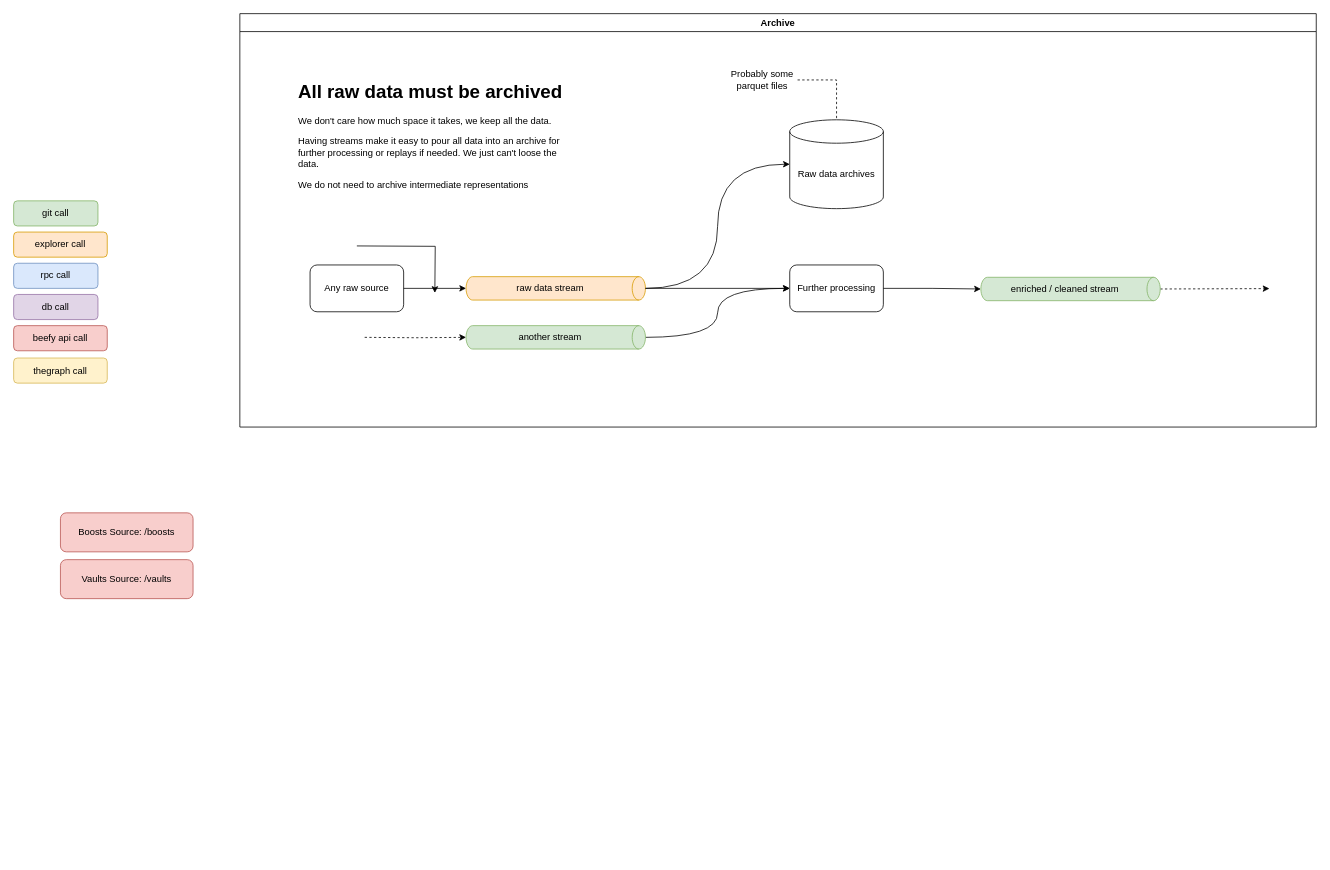
prevostc/beefy-bi keeps this draw.io diagram as documentation/databarn.drawio. Above is the earlier version. Source tidied: cells renumbered, new cells numbered last; positions are measured from the earlier drawing's top-left corner, leaving out a move shared by most shapes. Both pictures are drawn from the tidied source at 78%, with x=0, y=0 at pixel (13, 13).
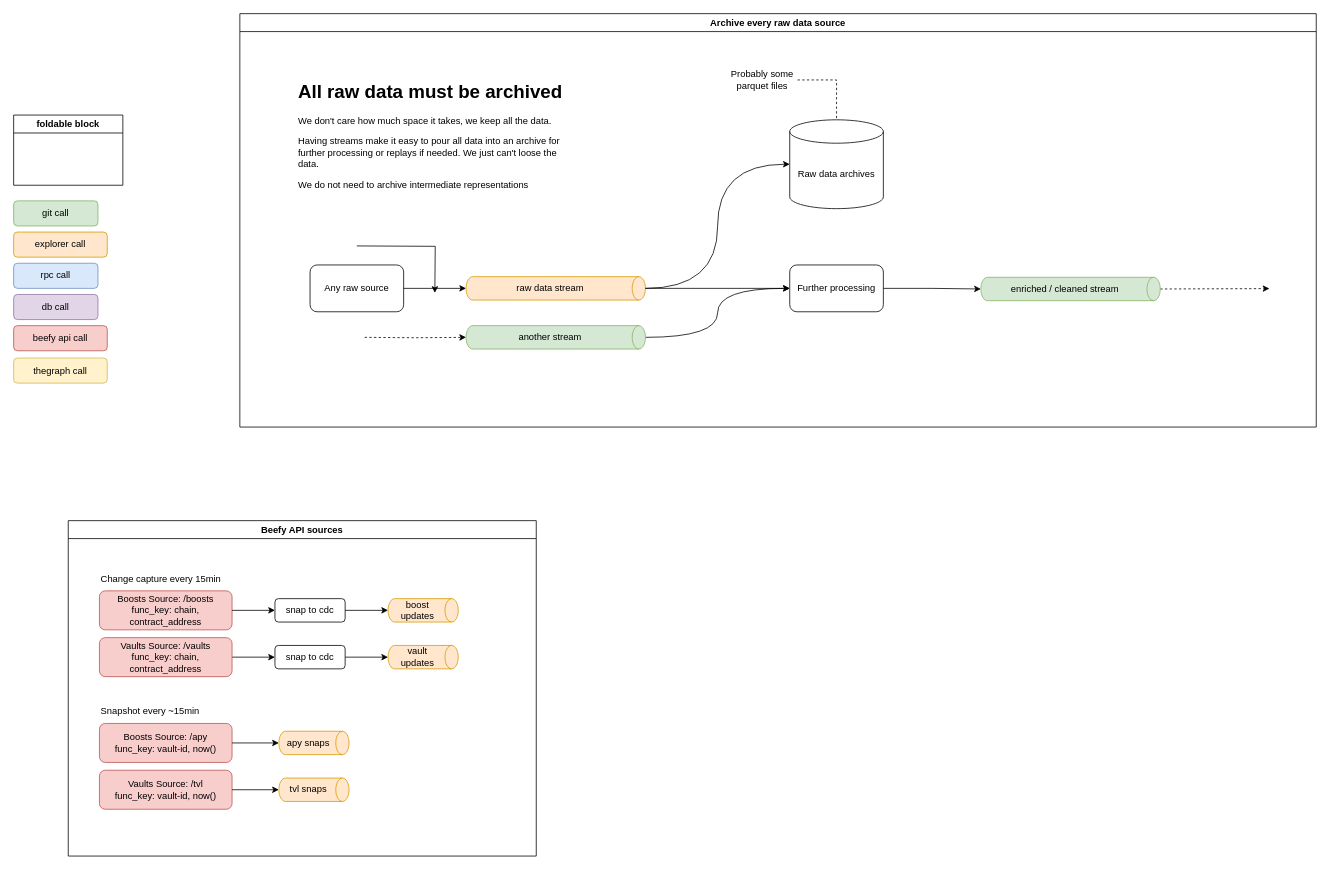
After the change.

What changed in the source:
```diff
@@
-    <mxCell id="8" value="Boosts Source:&amp;nbsp;/boosts" style="rounded=1;whiteSpace=wrap;html=1;fontSize=12;glass=0;strokeWidth=1;shadow=0;fillColor=#f8cecc;strokeColor=#b85450;" parent="1" vertex="1">
-      <mxGeometry x="60" y="640" width="170" height="50" as="geometry" />
-    </mxCell>
-    <mxCell id="9" value="Vaults Source:&amp;nbsp;/vaults" style="rounded=1;whiteSpace=wrap;html=1;fontSize=12;glass=0;strokeWidth=1;shadow=0;fillColor=#f8cecc;strokeColor=#b85450;" parent="1" vertex="1">
-      <mxGeometry x="60" y="700" width="170" height="50" as="geometry" />
-    </mxCell>
-    <mxCell id="10" value="Archive" style="swimlane;whiteSpace=wrap;html=1;" parent="1" vertex="1">
+    <mxCell id="10" value="Archive every raw data source" style="swimlane;whiteSpace=wrap;html=1;" parent="1" vertex="1">
       <mxGeometry x="290" width="1380" height="530" as="geometry" />
     </mxCell>
@@
+    <mxCell id="30" value="foldable block" style="swimlane;whiteSpace=wrap;html=1;" parent="1" vertex="1">
+      <mxGeometry y="130" width="140" height="90" as="geometry" />
+    </mxCell>
+    <mxCell id="31" style="edgeStyle=orthogonalEdgeStyle;rounded=0;orthogonalLoop=1;jettySize=auto;html=1;exitX=1;exitY=0.5;exitDx=0;exitDy=0;jumpStyle=arc;jumpSize=12;" parent="30" edge="1">
+      <mxGeometry relative="1" as="geometry">
+        <mxPoint x="310" y="298.3" as="sourcePoint" />
+      </mxGeometry>
+    </mxCell>
+    <mxCell id="32" style="edgeStyle=orthogonalEdgeStyle;rounded=0;orthogonalLoop=1;jettySize=auto;html=1;exitX=1;exitY=0.5;exitDx=0;exitDy=0;exitPerimeter=0;jumpStyle=arc;jumpSize=12;" parent="30" edge="1">
+      <mxGeometry relative="1" as="geometry">
+        <mxPoint x="470" y="298.3" as="sourcePoint" />
+      </mxGeometry>
+    </mxCell>
+    <mxCell id="33" value="Beefy API sources" style="swimlane;whiteSpace=wrap;html=1;" parent="1" vertex="1">
+      <mxGeometry x="70" y="650" width="600" height="430" as="geometry" />
+    </mxCell>
+    <mxCell id="34" style="edgeStyle=orthogonalEdgeStyle;rounded=0;orthogonalLoop=1;jettySize=auto;html=1;exitX=1;exitY=0.5;exitDx=0;exitDy=0;jumpStyle=arc;jumpSize=12;" parent="33" edge="1">
+      <mxGeometry relative="1" as="geometry">
+        <mxPoint x="310" y="298.3" as="sourcePoint" />
+      </mxGeometry>
+    </mxCell>
+    <mxCell id="35" style="edgeStyle=orthogonalEdgeStyle;rounded=0;orthogonalLoop=1;jettySize=auto;html=1;exitX=1;exitY=0.5;exitDx=0;exitDy=0;exitPerimeter=0;jumpStyle=arc;jumpSize=12;" parent="33" edge="1">
+      <mxGeometry relative="1" as="geometry">
+        <mxPoint x="470" y="298.3" as="sourcePoint" />
+      </mxGeometry>
+    </mxCell>
+    <mxCell id="8" value="Boosts Source:&amp;nbsp;/boosts&lt;br&gt;func_key: chain, contract_address" style="rounded=1;whiteSpace=wrap;html=1;fontSize=12;glass=0;strokeWidth=1;shadow=0;fillColor=#f8cecc;strokeColor=#b85450;" parent="33" vertex="1">
+      <mxGeometry x="40" y="90" width="170" height="50" as="geometry" />
+    </mxCell>
+    <mxCell id="36" style="edgeStyle=orthogonalEdgeStyle;rounded=0;jettySize=auto;html=1;exitX=1;exitY=0.5;exitDx=0;exitDy=0;" parent="33" edge="1" source="9" target="51">
+      <mxGeometry relative="1" as="geometry" />
+    </mxCell>
+    <mxCell id="9" value="Vaults Source:&amp;nbsp;/vaults&lt;br style=&quot;border-color: var(--border-color);&quot;&gt;func_key: chain, contract_address" style="rounded=1;whiteSpace=wrap;html=1;fontSize=12;glass=0;strokeWidth=1;shadow=0;fillColor=#f8cecc;strokeColor=#b85450;" parent="33" vertex="1">
+      <mxGeometry x="40" y="150" width="170" height="50" as="geometry" />
+    </mxCell>
+    <mxCell id="37" value="boost updates" style="shape=cylinder3;whiteSpace=wrap;html=1;boundedLbl=1;backgroundOutline=1;size=8.5;rotation=90;fillColor=#ffe6cc;horizontal=0;strokeColor=#d79b00;" parent="33" vertex="1">
+      <mxGeometry x="440" y="70" width="30" height="90" as="geometry" />
+    </mxCell>
+    <mxCell id="38" value="Boosts Source:&amp;nbsp;/apy&lt;br style=&quot;border-color: var(--border-color);&quot;&gt;func_key: vault-id, now()" style="rounded=1;whiteSpace=wrap;html=1;fontSize=12;glass=0;strokeWidth=1;shadow=0;fillColor=#f8cecc;strokeColor=#b85450;" parent="33" vertex="1">
+      <mxGeometry x="40" y="260" width="170" height="50" as="geometry" />
+    </mxCell>
+    <mxCell id="39" value="Vaults Source:&amp;nbsp;/tvl&lt;br&gt;func_key: vault-id, now()" style="rounded=1;whiteSpace=wrap;html=1;fontSize=12;glass=0;strokeWidth=1;shadow=0;fillColor=#f8cecc;strokeColor=#b85450;" parent="33" vertex="1">
+      <mxGeometry x="40" y="320" width="170" height="50" as="geometry" />
+    </mxCell>
+    <mxCell id="40" value="tvl snaps" style="shape=cylinder3;whiteSpace=wrap;html=1;boundedLbl=1;backgroundOutline=1;size=8.5;rotation=90;fillColor=#ffe6cc;horizontal=0;strokeColor=#d79b00;" parent="33" vertex="1">
+      <mxGeometry x="300" y="300" width="30" height="90" as="geometry" />
+    </mxCell>
+    <mxCell id="41" value="apy snaps" style="shape=cylinder3;whiteSpace=wrap;html=1;boundedLbl=1;backgroundOutline=1;size=8.5;rotation=90;fillColor=#ffe6cc;horizontal=0;strokeColor=#d79b00;" parent="33" vertex="1">
+      <mxGeometry x="300" y="240" width="30" height="90" as="geometry" />
+    </mxCell>
+    <mxCell id="42" style="edgeStyle=orthogonalEdgeStyle;rounded=0;jettySize=auto;html=1;exitX=1;exitY=0.5;exitDx=0;exitDy=0;entryX=0.5;entryY=1;entryDx=0;entryDy=0;entryPerimeter=0;" parent="33" edge="1" source="39" target="40">
+      <mxGeometry relative="1" as="geometry" />
+    </mxCell>
+    <mxCell id="43" style="edgeStyle=orthogonalEdgeStyle;rounded=0;jettySize=auto;html=1;exitX=1;exitY=0.5;exitDx=0;exitDy=0;entryX=0.5;entryY=1;entryDx=0;entryDy=0;entryPerimeter=0;" parent="33" edge="1" source="38" target="41">
+      <mxGeometry relative="1" as="geometry" />
+    </mxCell>
+    <mxCell id="44" value="Snapshot every ~15min" style="text;html=1;strokeColor=none;fillColor=none;align=left;verticalAlign=middle;whiteSpace=wrap;rounded=0;" parent="33" vertex="1">
+      <mxGeometry x="40" y="230" width="250" height="30" as="geometry" />
+    </mxCell>
+    <mxCell id="45" value="Change capture every 15min" style="text;html=1;strokeColor=none;fillColor=none;align=left;verticalAlign=middle;whiteSpace=wrap;rounded=0;" parent="33" vertex="1">
+      <mxGeometry x="40" y="60" width="250" height="30" as="geometry" />
+    </mxCell>
+    <mxCell id="46" value="snap to cdc" style="rounded=1;whiteSpace=wrap;html=1;" parent="33" vertex="1">
+      <mxGeometry x="265" y="100" width="90" height="30" as="geometry" />
+    </mxCell>
+    <mxCell id="47" style="edgeStyle=orthogonalEdgeStyle;rounded=0;jettySize=auto;html=1;exitX=1;exitY=0.5;exitDx=0;exitDy=0;entryX=0;entryY=0.5;entryDx=0;entryDy=0;" parent="33" edge="1" source="8" target="46">
+      <mxGeometry relative="1" as="geometry" />
+    </mxCell>
+    <mxCell id="48" style="edgeStyle=orthogonalEdgeStyle;rounded=0;jettySize=auto;html=1;exitX=1;exitY=0.5;exitDx=0;exitDy=0;entryX=0.5;entryY=1;entryDx=0;entryDy=0;entryPerimeter=0;" parent="33" edge="1" source="46" target="37">
+      <mxGeometry relative="1" as="geometry" />
+    </mxCell>
+    <mxCell id="49" value="vault updates" style="shape=cylinder3;whiteSpace=wrap;html=1;boundedLbl=1;backgroundOutline=1;size=8.5;rotation=90;fillColor=#ffe6cc;horizontal=0;strokeColor=#d79b00;" parent="33" vertex="1">
+      <mxGeometry x="440" y="130" width="30" height="90" as="geometry" />
+    </mxCell>
+    <mxCell id="50" style="edgeStyle=orthogonalEdgeStyle;rounded=0;jettySize=auto;html=1;exitX=1;exitY=0.5;exitDx=0;exitDy=0;" parent="33" edge="1" source="51" target="49">
+      <mxGeometry relative="1" as="geometry" />
+    </mxCell>
+    <mxCell id="51" value="snap to cdc" style="rounded=1;whiteSpace=wrap;html=1;" parent="33" vertex="1">
+      <mxGeometry x="265" y="160" width="90" height="30" as="geometry" />
+    </mxCell>
```
